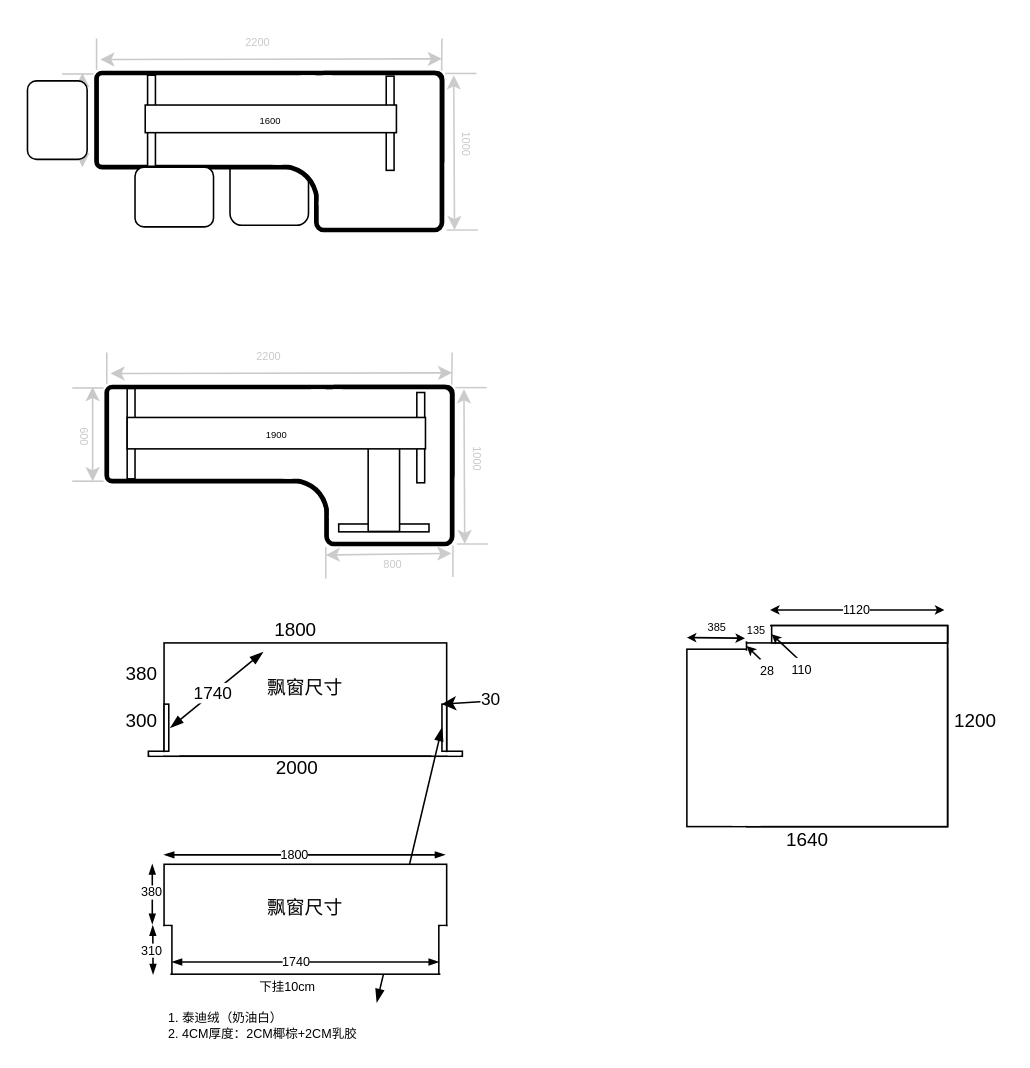
Earlier version of the draw.io diagram page "第 16 页" (16 of 16) of design.drawio (iswade/iswade). Source tidied: cells renumbered, new cells numbered last; positions are measured from the earlier drawing's top-left corner, leaving out a move shared by most shapes. Both pictures are drawn from the tidied source at 157%, with x=0, y=0 at pixel (17, 27).
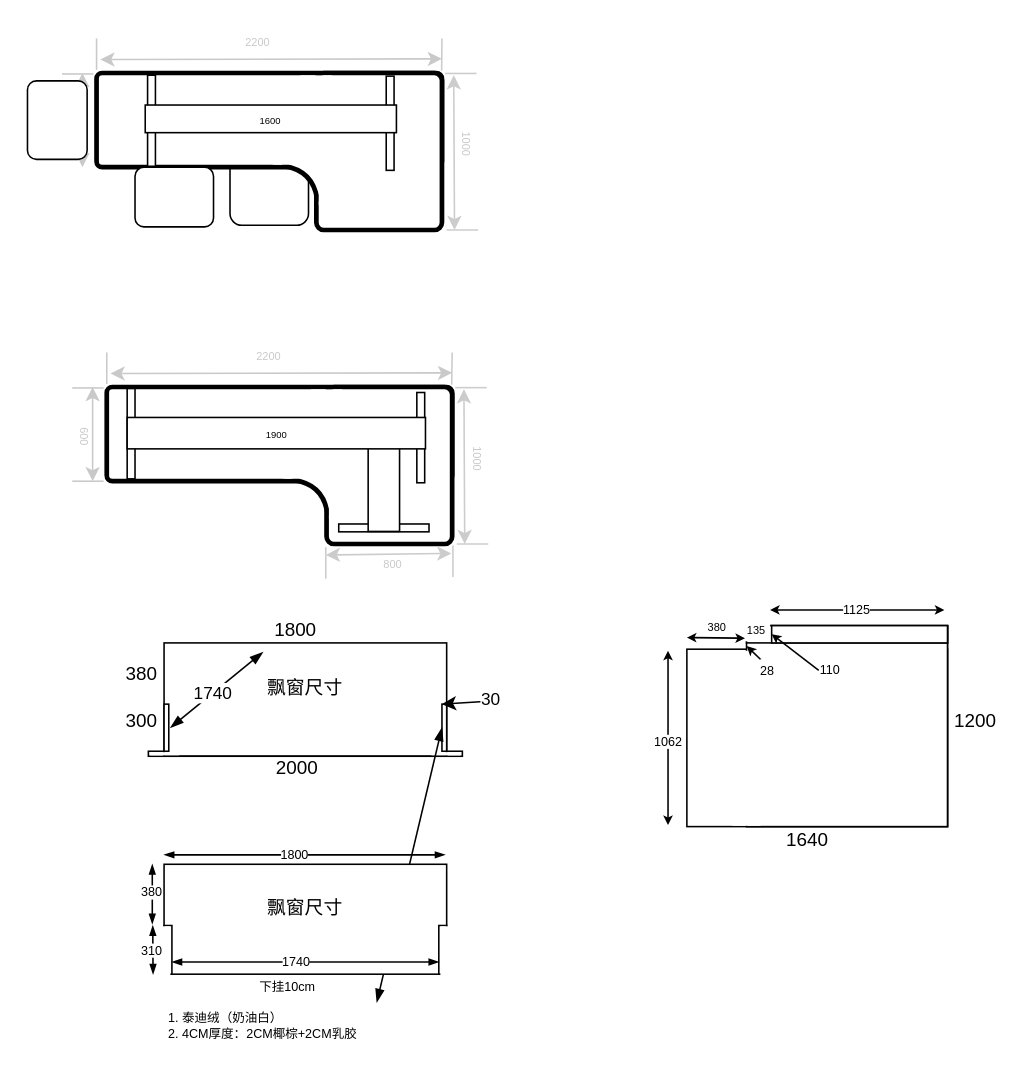
Above is the later version.

The change refers to these unchanged cells:
```xml
<mxCell id="90" style="rounded=0;whiteSpace=wrap;html=1;" parent="1" vertex="1">
  <mxGeometry x="480" y="381" width="112" height="11" as="geometry" />
</mxCell>
<mxCell id="93" style="endArrow=classic;startArrow=classic;html=1;rounded=0;startSize=3;endSize=3;" parent="1" edge="1">
  <mxGeometry relative="1" as="geometry">
    <mxPoint x="479" y="371" as="sourcePoint" />
    <mxPoint x="590" y="371" as="targetPoint" />
  </mxGeometry>
</mxCell>
<mxCell id="95" style="endArrow=classic;startArrow=classic;html=1;rounded=0;startSize=3;endSize=3;fontSize=6;" parent="1" edge="1">
  <mxGeometry relative="1" as="geometry">
    <mxPoint x="426" y="388.6" as="sourcePoint" />
    <mxPoint x="463" y="389" as="targetPoint" />
  </mxGeometry>
</mxCell>
```

The edit, as a diff of the source:
```diff
@@
-    <mxCell id="94" value="1120" style="edgeLabel;html=1;align=center;verticalAlign=middle;fontSize=8;" parent="93" vertex="1">
+    <mxCell id="94" value="1125" style="edgeLabel;html=1;align=center;verticalAlign=middle;fontSize=8;" parent="93" vertex="1">
       <mxGeometry x="-0.02" y="1" relative="1" as="geometry" />
     </mxCell>
@@
-    <mxCell id="96" value="&lt;font style=&quot;font-size: 7px;&quot;&gt;385&lt;/font&gt;" style="edgeLabel;html=1;align=center;verticalAlign=middle;" parent="95" vertex="1">
+    <mxCell id="96" value="&lt;font style=&quot;font-size: 7px;&quot;&gt;380&lt;/font&gt;" style="edgeLabel;html=1;align=center;verticalAlign=middle;" parent="95" vertex="1">
       <mxGeometry x="-0.02" y="1" relative="1" as="geometry">
         <mxPoint y="-7" as="offset" />
       </mxGeometry>
     </mxCell>
@@
     <mxCell id="99" style="endArrow=classic;html=1;rounded=0;entryX=0;entryY=0.5;entryDx=0;entryDy=0;fontSize=8;endSize=3;startSize=3;" parent="1" edge="1" target="90">
       <mxGeometry relative="1" as="geometry">
-        <mxPoint x="502" y="407" as="sourcePoint" />
+        <mxPoint x="510" y="409.5" as="sourcePoint" />
       </mxGeometry>
     </mxCell>
+    <mxCell id="101" style="endArrow=classic;startArrow=classic;html=1;rounded=0;startSize=3;endSize=3;" parent="1" edge="1">
+      <mxGeometry relative="1" as="geometry">
+        <mxPoint x="414" y="508" as="sourcePoint" />
+        <mxPoint x="414" y="397" as="targetPoint" />
+      </mxGeometry>
+    </mxCell>
+    <mxCell id="102" value="1062" style="edgeLabel;html=1;align=center;verticalAlign=middle;fontSize=8;" parent="101" vertex="1">
+      <mxGeometry x="-0.02" y="1" relative="1" as="geometry" />
+    </mxCell>
-    <mxCell id="100" value="&lt;font style=&quot;font-size: 8px;&quot;&gt;110&lt;/font&gt;" style="edgeLabel;html=1;align=center;verticalAlign=middle;" parent="99" vertex="1">
-      <mxGeometry x="-0.03" y="-1" relative="1" as="geometry">
-        <mxPoint x="7" y="11" as="offset" />
-      </mxGeometry>
+    <mxCell id="100" value="&lt;font style=&quot;font-size: 8px;&quot;&gt;110&lt;/font&gt;" style="edgeLabel;html=1;align=center;verticalAlign=middle;" parent="1" vertex="1">
+      <mxGeometry x="516" y="407" as="geometry" />
     </mxCell>
```
